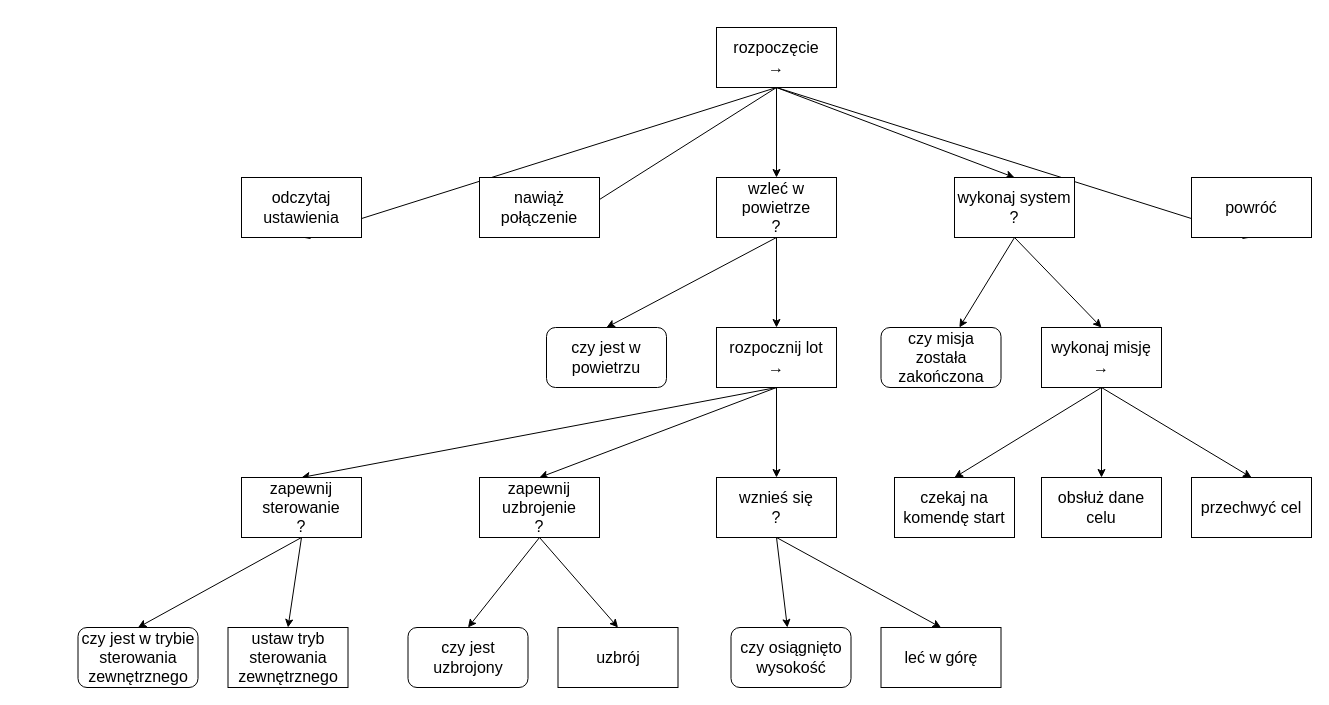
This is drzewo behawioralne.drawio from karofox/draw-io-diagrams, a draw.io file, before an edit. Source tidied: cells renumbered, new cells numbered last; positions are measured from the earlier drawing's top-left corner, leaving out a move shared by most shapes. Both pictures are drawn from the tidied source at 100%, with x=0, y=0 at pixel (77, 27).
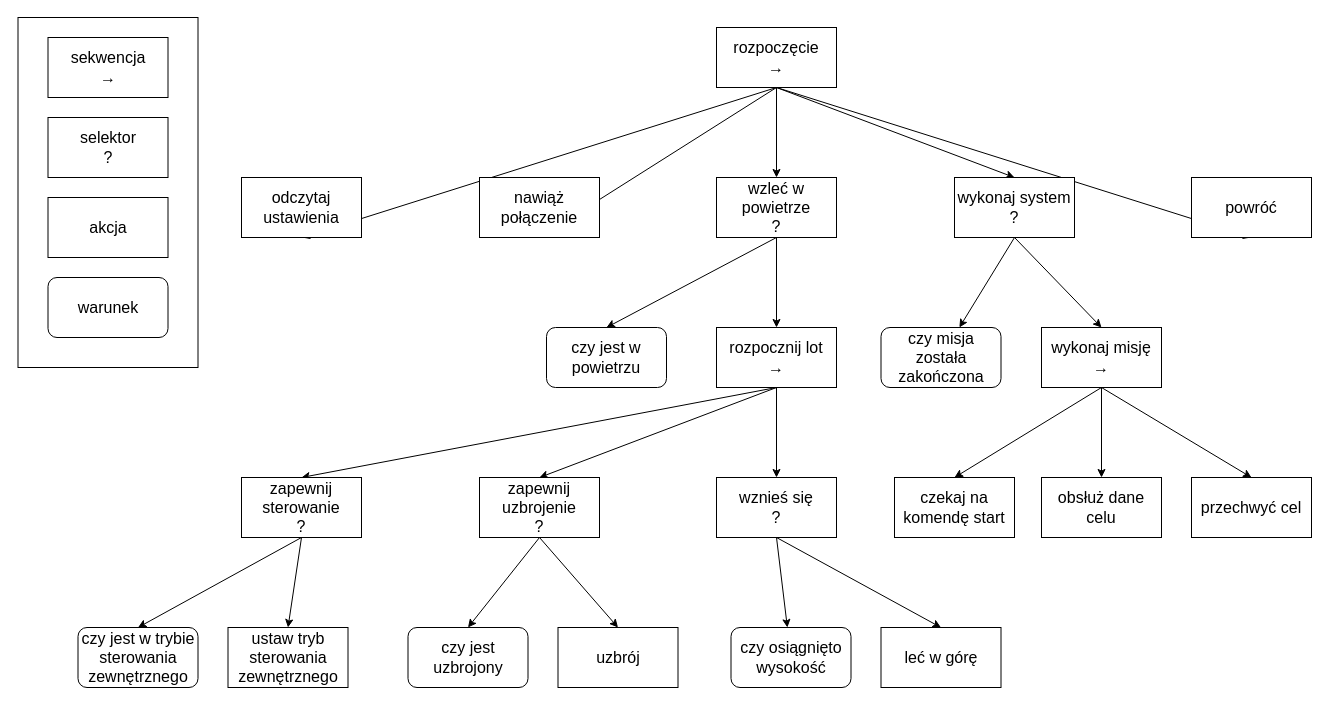
The same diagram, later.

The edit, as a diff of the source:
```diff
@@
+    <mxCell id="45" style="rounded=0;whiteSpace=wrap;html=1;" parent="1" vertex="1">
+      <mxGeometry x="-59.5" y="-10" width="180" height="350" as="geometry" />
+    </mxCell>
@@
+    <mxCell id="46" value="&lt;div&gt;sekwencja&lt;/div&gt;&lt;div&gt;→&lt;/div&gt;" style="rounded=0;whiteSpace=wrap;html=1;fontSize=16;" parent="1" vertex="1">
+      <mxGeometry x="-29.5" y="10" width="120" height="60" as="geometry" />
+    </mxCell>
+    <mxCell id="47" value="&lt;div&gt;selektor&lt;/div&gt;&lt;div&gt;?&lt;/div&gt;" style="rounded=0;whiteSpace=wrap;html=1;fontSize=16;" parent="1" vertex="1">
+      <mxGeometry x="-29.5" y="90" width="120" height="60" as="geometry" />
+    </mxCell>
+    <mxCell id="48" value="akcja" style="rounded=0;whiteSpace=wrap;html=1;fontSize=16;" parent="1" vertex="1">
+      <mxGeometry x="-29.5" y="170" width="120" height="60" as="geometry" />
+    </mxCell>
+    <mxCell id="49" value="warunek" style="rounded=1;whiteSpace=wrap;html=1;fontSize=16;" parent="1" vertex="1">
+      <mxGeometry x="-29.5" y="250" width="120" height="60" as="geometry" />
+    </mxCell>
```
